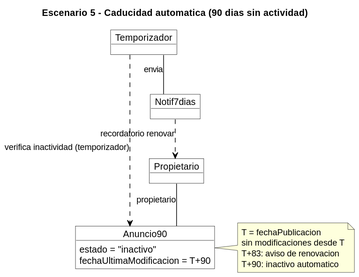
Earlier version of the PlantUML export recursos/Escenario5.svg (NBP6099/WallapopEstudiante).
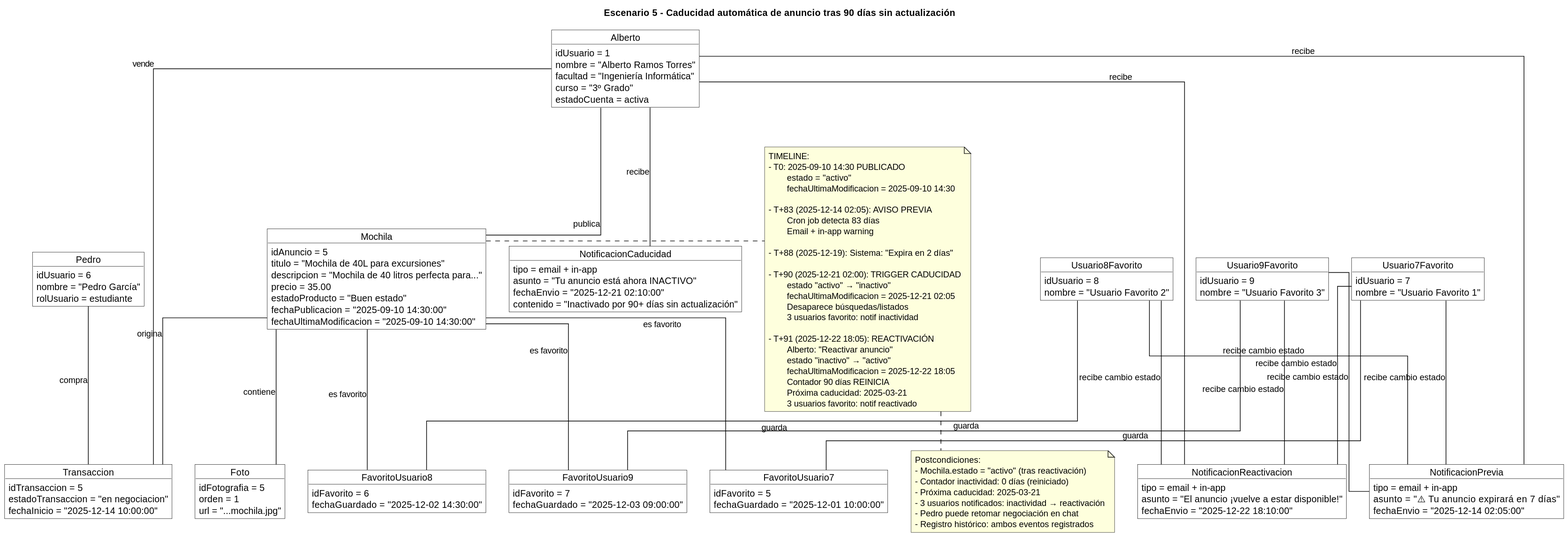
The same file after the commit.

What changed in the source:
```diff
@@ -1,5 +1,5 @@
 @startuml
-title Escenario 5 - Caducidad automatica (90 dias sin actividad)
+title Escenario 5 - Caducidad automática de anuncio tras 90 días sin actualización
 skinparam classAttributeIconSize 0
 skinparam linetype ortho
 skinparam defaultFontName Helvetica
@@ -8,24 +8,152 @@
 skinparam ArrowColor Black
 skinparam Shadowing false
 
-object Propietario
-object Anuncio90
-object Notif7dias
-object Temporizador
+object Alberto {
+  idUsuario = 1
+  nombre = "Alberto Ramos Torres"
+  facultad = "Ingeniería Informática"
+  curso = "3º Grado"
+  estadoCuenta = activa
+}
 
-Propietario -- Anuncio90 : propietario
-Temporizador ..> Anuncio90 : verifica inactividad (temporizador)
+object Pedro {
+  idUsuario = 6
+  nombre = "Pedro García"
+  rolUsuario = estudiante
+}
 
-note right of Anuncio90
-T = fechaPublicacion
-sin modificaciones desde T
-T+83: aviso de renovacion
-T+90: inactivo automatico
+object Usuario7Favorito {
+  idUsuario = 7
+  nombre = "Usuario Favorito 1"
+}
+
+object Usuario8Favorito {
+  idUsuario = 8
+  nombre = "Usuario Favorito 2"
+}
+
+object Usuario9Favorito {
+  idUsuario = 9
+  nombre = "Usuario Favorito 3"
+}
+
+object Mochila {
+  idAnuncio = 5
+  titulo = "Mochila de 40L para excursiones"
+  descripcion = "Mochila de 40 litros perfecta para..."
+  precio = 35.00
+  estadoProducto = "Buen estado"
+  fechaPublicacion = "2025-09-10 14:30:00"
+  fechaUltimaModificacion = "2025-09-10 14:30:00"
+}
+
+object Foto {
+  idFotografia = 5
+  orden = 1
+  url = "...mochila.jpg"
+}
+
+object Transaccion {
+  idTransaccion = 5
+  estadoTransaccion = "en negociacion"
+  fechaInicio = "2025-12-14 10:00:00"
+}
+
+object NotificacionPrevia {
+  tipo = email + in-app
+  asunto = "⚠️ Tu anuncio expirará en 7 días"
+  fechaEnvio = "2025-12-14 02:05:00"
+}
+
+object NotificacionCaducidad {
+  tipo = email + in-app
+  asunto = "Tu anuncio está ahora INACTIVO"
+  fechaEnvio = "2025-12-21 02:10:00"
+  contenido = "Inactivado por 90+ días sin actualización"
+}
+
+object NotificacionReactivacion {
+  tipo = email + in-app
+  asunto = "El anuncio ¡vuelve a estar disponible!"
+  fechaEnvio = "2025-12-22 18:10:00"
+}
+
+object FavoritoUsuario7 {
+  idFavorito = 5
+  fechaGuardado = "2025-12-01 10:00:00"
+}
+
+object FavoritoUsuario8 {
+  idFavorito = 6
+  fechaGuardado = "2025-12-02 14:30:00"
+}
+
+object FavoritoUsuario9 {
+  idFavorito = 7
+  fechaGuardado = "2025-12-03 09:00:00"
+}
+
+Alberto -- Mochila : publica
+Pedro -- Transaccion : compra
+Alberto -- Transaccion : vende
+
+Mochila -- Foto : contiene
+Mochila -- Transaccion : origina
+
+Usuario7Favorito -- FavoritoUsuario7 : guarda
+Usuario8Favorito -- FavoritoUsuario8 : guarda
+Usuario9Favorito -- FavoritoUsuario9 : guarda
+
+Mochila -- FavoritoUsuario7 : es favorito
+Mochila -- FavoritoUsuario8 : es favorito
+Mochila -- FavoritoUsuario9 : es favorito
+
+Alberto -- NotificacionPrevia : recibe
+Alberto -- NotificacionCaducidad : recibe
+Alberto -- NotificacionReactivacion : recibe
+
+Usuario7Favorito -- NotificacionPrevia : recibe cambio estado
+Usuario8Favorito -- NotificacionPrevia : recibe cambio estado
+Usuario9Favorito -- NotificacionPrevia : recibe cambio estado
+
+Usuario7Favorito -- NotificacionReactivacion : recibe cambio estado
+Usuario8Favorito -- NotificacionReactivacion : recibe cambio estado
+Usuario9Favorito -- NotificacionReactivacion : recibe cambio estado
+
+note right of Mochila
+TIMELINE:
+- T0: 2025-09-10 14:30 PUBLICADO
+       estado = "activo"
+       fechaUltimaModificacion = 2025-09-10 14:30
+
+- T+83 (2025-12-14 02:05): AVISO PREVIA
+       Cron job detecta 83 días
+       Email + in-app warning
+
+- T+88 (2025-12-19): Sistema: "Expira en 2 días"
+
+- T+90 (2025-12-21 02:00): TRIGGER CADUCIDAD
+       estado "activo" → "inactivo"
+       fechaUltimaModificacion = 2025-12-21 02:05
+       Desaparece búsquedas/listados
+       3 usuarios favorito: notif inactividad
+
+- T+91 (2025-12-22 18:05): REACTIVACIÓN
+       Alberto: "Reactivar anuncio"
+       estado "inactivo" → "activo"
+       fechaUltimaModificacion = 2025-12-22 18:05
+       Contador 90 días REINICIA
+       Próxima caducidad: 2025-03-21
+       3 usuarios favorito: notif reactivado
 end note
 
-Temporizador -- Notif7dias : envia
-Notif7dias ..> Propietario : recordatorio renovar
-
-Anuncio90 : estado = "inactivo"
-Anuncio90 : fechaUltimaModificacion = T+90
+note bottom
+Postcondiciones:
+- Mochila.estado = "activo" (tras reactivación)
+- Contador inactividad: 0 días (reiniciado)
+- Próxima caducidad: 2025-03-21
+- 3 usuarios notificados: inactividad → reactivación
+- Pedro puede retomar negociación en chat
+- Registro histórico: ambos eventos registrados
+end note
 @enduml
```
